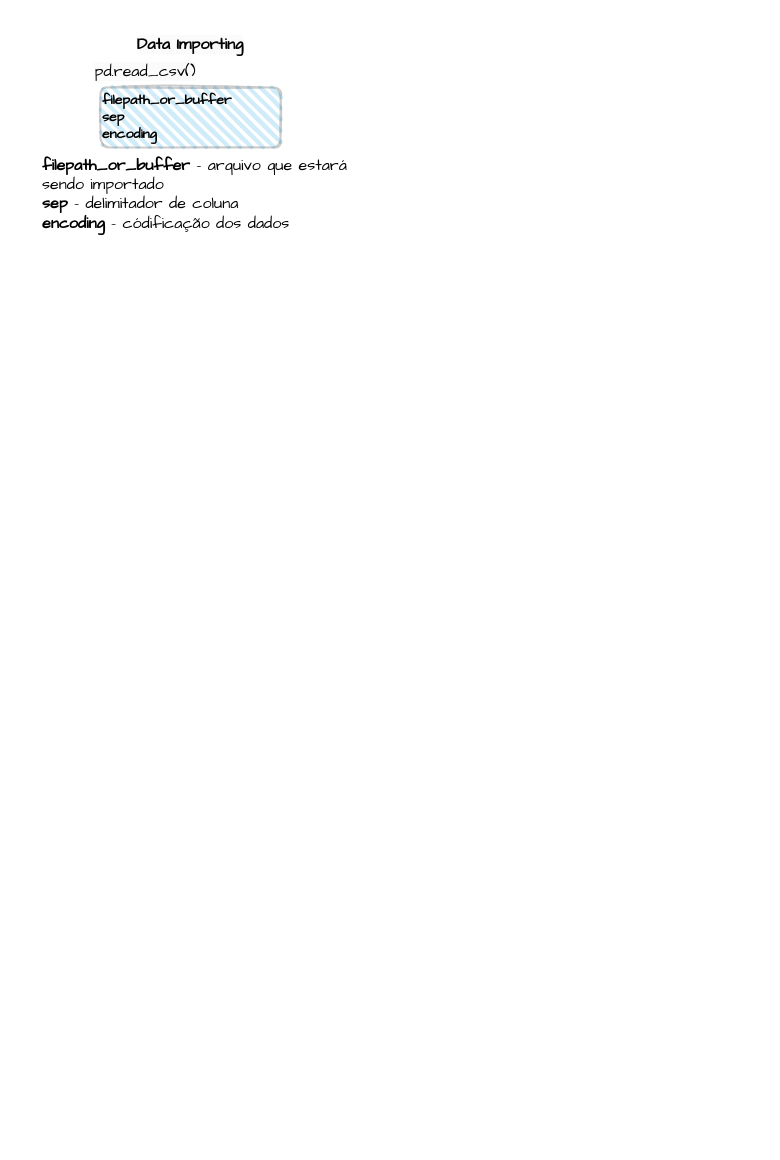
Earlier version of the draw.io diagram ProjetoPythonKB/Diagrama sem nome.drawio (dbaassists/Python). Source tidied: cells renumbered, new cells numbered last; positions are measured from the earlier drawing's top-left corner, leaving out a move shared by most shapes. Both pictures are drawn from the tidied source at 100%, with x=0, y=0 at pixel (20, 17).
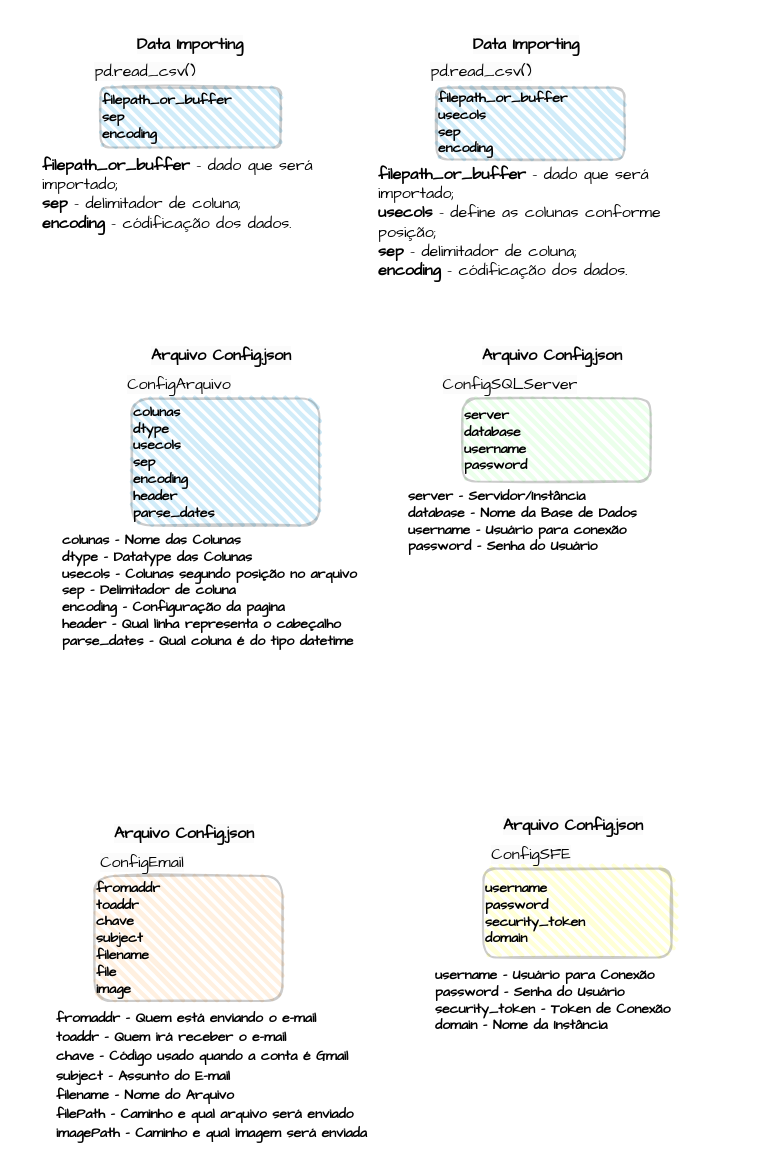
The same page after the edit.

Diff of the diagram source:
```diff
@@
-    <mxCell id="5" value="&lt;b&gt;filepath_or_buffer &lt;/b&gt;- arquivo que estará sendo importado&lt;br&gt;&lt;b&gt;sep &lt;/b&gt;- delimitador de coluna&lt;br&gt;&lt;b&gt;encoding &lt;/b&gt;- códificação dos dados" style="text;whiteSpace=wrap;html=1;fontSize=16;fontFamily=Comic Sans MS;" parent="1" vertex="1">
+    <mxCell id="5" value="&lt;b&gt;filepath_or_buffer &lt;/b&gt;- dado que será importado;&lt;br&gt;&lt;b&gt;sep &lt;/b&gt;- delimitador de coluna;&lt;br&gt;&lt;b&gt;encoding &lt;/b&gt;- códificação dos dados." style="text;whiteSpace=wrap;html=1;fontSize=16;fontFamily=Comic Sans MS;" parent="1" vertex="1">
       <mxGeometry x="20" y="132" width="330" height="60" as="geometry" />
     </mxCell>
+    <mxCell id="6" value="filepath_or_buffer&lt;br&gt;usecols&lt;br style=&quot;font-size: 14px;&quot;&gt;sep&lt;br style=&quot;font-size: 14px;&quot;&gt;encoding" style="rounded=1;whiteSpace=wrap;html=1;strokeWidth=2;fillWeight=4;hachureGap=8;hachureAngle=45;fillColor=#1ba1e2;sketch=1;strokeColor=default;opacity=20;fontStyle=1;fontSize=14;align=left;fontFamily=Comic Sans MS;" parent="1" vertex="1">
+      <mxGeometry x="416" y="70" width="188" height="72" as="geometry" />
+    </mxCell>
+    <mxCell id="7" value="&lt;h1 style=&quot;border-color: var(--border-color); color: rgb(0, 0, 0); font-style: normal; font-variant-ligatures: normal; font-variant-caps: normal; letter-spacing: normal; orphans: 2; text-indent: 0px; text-transform: none; widows: 2; word-spacing: 0px; -webkit-text-stroke-width: 0px; background-color: rgb(251, 251, 251); text-decoration-thickness: initial; text-decoration-style: initial; text-decoration-color: initial; font-size: 16px;&quot;&gt;&lt;span style=&quot;font-weight: normal;&quot;&gt;pd.read_csv()&lt;/span&gt;&lt;br&gt;&lt;/h1&gt;" style="text;whiteSpace=wrap;html=1;fontSize=16;align=center;fontFamily=Comic Sans MS;" parent="1" vertex="1">
+      <mxGeometry x="336" y="27" width="250" height="20" as="geometry" />
+    </mxCell>
+    <mxCell id="8" value="&lt;h1 style=&quot;border-color: var(--border-color); color: rgb(0, 0, 0); font-style: normal; font-variant-ligatures: normal; font-variant-caps: normal; letter-spacing: normal; orphans: 2; text-indent: 0px; text-transform: none; widows: 2; word-spacing: 0px; -webkit-text-stroke-width: 0px; background-color: rgb(251, 251, 251); text-decoration-thickness: initial; text-decoration-style: initial; text-decoration-color: initial; font-size: 16px;&quot;&gt;Data Importing&lt;/h1&gt;" style="text;whiteSpace=wrap;html=1;fontSize=16;align=center;fontFamily=Comic Sans MS;" parent="1" vertex="1">
+      <mxGeometry x="381" width="250" height="20" as="geometry" />
+    </mxCell>
+    <mxCell id="9" value="&lt;b&gt;filepath_or_buffer &lt;/b&gt;- dado que será importado;&lt;br&gt;&lt;b&gt;usecols &lt;/b&gt;- define as colunas conforme posição;&lt;br&gt;&lt;b&gt;sep &lt;/b&gt;- delimitador de coluna;&lt;br&gt;&lt;b&gt;encoding &lt;/b&gt;- códificação dos dados." style="text;whiteSpace=wrap;html=1;fontSize=16;fontFamily=Comic Sans MS;" parent="1" vertex="1">
+      <mxGeometry x="356" y="141" width="330" height="60" as="geometry" />
+    </mxCell>
+    <mxCell id="10" value="colunas&lt;br&gt;dtype&lt;br style=&quot;font-size: 14px;&quot;&gt;usecols&lt;br style=&quot;font-size: 14px;&quot;&gt;sep&lt;br&gt;encoding&lt;br&gt;header&lt;br&gt;parse_dates" style="rounded=1;whiteSpace=wrap;html=1;strokeWidth=2;fillWeight=4;hachureGap=8;hachureAngle=45;fillColor=#1ba1e2;sketch=1;strokeColor=default;opacity=20;fontStyle=1;fontSize=14;align=left;fontFamily=Comic Sans MS;" parent="1" vertex="1">
+      <mxGeometry x="111" y="381" width="188" height="127" as="geometry" />
+    </mxCell>
+    <mxCell id="11" value="&lt;h1 style=&quot;border-color: var(--border-color); color: rgb(0, 0, 0); font-style: normal; font-variant-ligatures: normal; font-variant-caps: normal; letter-spacing: normal; orphans: 2; text-indent: 0px; text-transform: none; widows: 2; word-spacing: 0px; -webkit-text-stroke-width: 0px; background-color: rgb(251, 251, 251); text-decoration-thickness: initial; text-decoration-style: initial; text-decoration-color: initial; font-size: 16px;&quot;&gt;Arquivo Config.json&lt;/h1&gt;" style="text;whiteSpace=wrap;html=1;fontSize=16;align=center;fontFamily=Comic Sans MS;" parent="1" vertex="1">
+      <mxGeometry x="76" y="311" width="250" height="20" as="geometry" />
+    </mxCell>
+    <mxCell id="12" value="&lt;span style=&quot;font-size: 14px;&quot;&gt;colunas - Nome das Colunas&lt;br style=&quot;border-color: var(--border-color); font-size: 14px;&quot;&gt;&lt;span style=&quot;font-size: 14px;&quot;&gt;dtype - Datatype das Colunas&lt;/span&gt;&lt;br style=&quot;border-color: var(--border-color); font-size: 14px;&quot;&gt;&lt;span style=&quot;font-size: 14px;&quot;&gt;usecols - Colunas segundo posição no arquivo&lt;/span&gt;&lt;br style=&quot;border-color: var(--border-color); font-size: 14px;&quot;&gt;&lt;span style=&quot;font-size: 14px;&quot;&gt;sep - Delimitador de coluna&lt;/span&gt;&lt;br style=&quot;border-color: var(--border-color); font-size: 14px;&quot;&gt;&lt;span style=&quot;font-size: 14px;&quot;&gt;encoding - Configuração da pagina&lt;/span&gt;&lt;br style=&quot;border-color: var(--border-color); font-size: 14px;&quot;&gt;&lt;span style=&quot;font-size: 14px;&quot;&gt;header - Qual linha representa o cabeçalho&lt;/span&gt;&lt;br style=&quot;border-color: var(--border-color); font-size: 14px;&quot;&gt;&lt;span style=&quot;font-size: 14px;&quot;&gt;parse_dates - Qual coluna é do tipo datetime&lt;/span&gt;&lt;/span&gt;" style="text;whiteSpace=wrap;html=1;fontSize=14;fontFamily=Comic Sans MS;fontStyle=1;" parent="1" vertex="1">
+      <mxGeometry x="40" y="508" width="330" height="60" as="geometry" />
+    </mxCell>
+    <mxCell id="13" value="&lt;h1 style=&quot;border-color: var(--border-color); orphans: 2; text-indent: 0px; widows: 2; background-color: rgb(251, 251, 251); text-decoration-thickness: initial; text-decoration-style: initial; text-decoration-color: initial; -webkit-text-stroke-width: 0px; word-spacing: 0px; text-transform: none; letter-spacing: normal; font-variant-caps: normal; font-variant-ligatures: normal; font-style: normal; font-size: 16px; color: rgb(0, 0, 0);&quot;&gt;&lt;span style=&quot;font-weight: normal;&quot;&gt;ConfigArquivo&lt;/span&gt;&lt;br&gt;&lt;/h1&gt;" style="text;whiteSpace=wrap;html=1;fontSize=16;align=center;fontFamily=Comic Sans MS;" parent="1" vertex="1">
+      <mxGeometry x="34" y="340" width="250" height="20" as="geometry" />
+    </mxCell>
+    <mxCell id="14" value="server&lt;br&gt;database&lt;br&gt;username&lt;br&gt;password" style="rounded=1;whiteSpace=wrap;html=1;strokeWidth=2;fillWeight=4;hachureGap=8;hachureAngle=45;fillColor=#99FF99;sketch=1;strokeColor=default;opacity=20;fontStyle=1;fontSize=14;align=left;fontFamily=Comic Sans MS;" parent="1" vertex="1">
+      <mxGeometry x="442" y="381" width="188" height="83" as="geometry" />
+    </mxCell>
+    <mxCell id="15" value="&lt;h1 style=&quot;border-color: var(--border-color); color: rgb(0, 0, 0); font-style: normal; font-variant-ligatures: normal; font-variant-caps: normal; letter-spacing: normal; orphans: 2; text-indent: 0px; text-transform: none; widows: 2; word-spacing: 0px; -webkit-text-stroke-width: 0px; background-color: rgb(251, 251, 251); text-decoration-thickness: initial; text-decoration-style: initial; text-decoration-color: initial; font-size: 16px;&quot;&gt;Arquivo Config.json&lt;/h1&gt;" style="text;whiteSpace=wrap;html=1;fontSize=16;align=center;fontFamily=Comic Sans MS;" parent="1" vertex="1">
+      <mxGeometry x="407" y="311" width="250" height="20" as="geometry" />
+    </mxCell>
+    <mxCell id="16" value="server - Servidor/Instância&lt;br style=&quot;border-color: var(--border-color); font-size: 14px;&quot;&gt;&lt;span style=&quot;font-size: 14px;&quot;&gt;database - Nome da Base de Dados&lt;/span&gt;&lt;br style=&quot;border-color: var(--border-color); font-size: 14px;&quot;&gt;&lt;span style=&quot;font-size: 14px;&quot;&gt;username - Usuário para conexão&lt;/span&gt;&lt;br style=&quot;border-color: var(--border-color); font-size: 14px;&quot;&gt;&lt;span style=&quot;font-size: 14px;&quot;&gt;password - Senha do Usuário&lt;/span&gt;" style="text;whiteSpace=wrap;html=1;fontSize=14;fontFamily=Comic Sans MS;fontStyle=1;" parent="1" vertex="1">
+      <mxGeometry x="386" y="464" width="330" height="60" as="geometry" />
+    </mxCell>
+    <mxCell id="17" value="&lt;h1 style=&quot;border-color: var(--border-color); orphans: 2; text-indent: 0px; widows: 2; background-color: rgb(251, 251, 251); text-decoration-thickness: initial; text-decoration-style: initial; text-decoration-color: initial; -webkit-text-stroke-width: 0px; word-spacing: 0px; text-transform: none; letter-spacing: normal; font-variant-caps: normal; font-variant-ligatures: normal; font-style: normal; font-size: 16px; color: rgb(0, 0, 0);&quot;&gt;&lt;span style=&quot;font-weight: normal;&quot;&gt;ConfigSQLServer&lt;/span&gt;&lt;br&gt;&lt;/h1&gt;" style="text;whiteSpace=wrap;html=1;fontSize=16;align=center;fontFamily=Comic Sans MS;" parent="1" vertex="1">
+      <mxGeometry x="365" y="340" width="250" height="20" as="geometry" />
+    </mxCell>
+    <mxCell id="18" value="fromaddr&lt;br&gt;toaddr&lt;br&gt;chave&lt;br&gt;subject&lt;br&gt;filename&lt;br&gt;file&lt;br&gt;image" style="rounded=1;whiteSpace=wrap;html=1;strokeWidth=2;fillWeight=4;hachureGap=8;hachureAngle=45;fillColor=#FFB366;sketch=1;strokeColor=default;opacity=20;fontStyle=1;fontSize=14;align=left;fontFamily=Comic Sans MS;" parent="1" vertex="1">
+      <mxGeometry x="74" y="858.5" width="188" height="125" as="geometry" />
+    </mxCell>
+    <mxCell id="19" value="&lt;h1 style=&quot;border-color: var(--border-color); color: rgb(0, 0, 0); font-style: normal; font-variant-ligatures: normal; font-variant-caps: normal; letter-spacing: normal; orphans: 2; text-indent: 0px; text-transform: none; widows: 2; word-spacing: 0px; -webkit-text-stroke-width: 0px; background-color: rgb(251, 251, 251); text-decoration-thickness: initial; text-decoration-style: initial; text-decoration-color: initial; font-size: 16px;&quot;&gt;Arquivo Config.json&lt;/h1&gt;" style="text;whiteSpace=wrap;html=1;fontSize=16;align=center;fontFamily=Comic Sans MS;" parent="1" vertex="1">
+      <mxGeometry x="39" y="788.5" width="250" height="20" as="geometry" />
+    </mxCell>
+    <mxCell id="20" value="&lt;font style=&quot;font-size: 14px;&quot;&gt;&lt;b&gt;fromaddr - Quem está enviando o e-mail&lt;br style=&quot;border-color: var(--border-color);&quot;&gt;toaddr - Quem irá receber o e-mail&lt;br style=&quot;border-color: var(--border-color);&quot;&gt;chave - Código usado quando a conta é Gmail&lt;br style=&quot;border-color: var(--border-color);&quot;&gt;subject - Assunto do E-mail&lt;br style=&quot;border-color: var(--border-color);&quot;&gt;filename - Nome do Arquivo&amp;nbsp;&lt;br style=&quot;border-color: var(--border-color);&quot;&gt;filePath - Caminho e qual arquivo será enviado&lt;br style=&quot;border-color: var(--border-color);&quot;&gt;imagePath - Caminho e qual imagem será enviada&lt;/b&gt;&lt;/font&gt;" style="text;whiteSpace=wrap;html=1;fontSize=16;fontFamily=Comic Sans MS;" parent="1" vertex="1">
+      <mxGeometry x="34" y="983.5" width="330" height="60" as="geometry" />
+    </mxCell>
+    <mxCell id="21" value="&lt;h1 style=&quot;border-color: var(--border-color); orphans: 2; text-indent: 0px; widows: 2; background-color: rgb(251, 251, 251); text-decoration-thickness: initial; text-decoration-style: initial; text-decoration-color: initial; -webkit-text-stroke-width: 0px; word-spacing: 0px; text-transform: none; letter-spacing: normal; font-variant-caps: normal; font-variant-ligatures: normal; font-style: normal; font-size: 16px; color: rgb(0, 0, 0);&quot;&gt;&lt;span style=&quot;font-weight: normal;&quot;&gt;ConfigEmail&lt;/span&gt;&lt;br&gt;&lt;/h1&gt;" style="text;whiteSpace=wrap;html=1;fontSize=16;align=center;fontFamily=Comic Sans MS;" parent="1" vertex="1">
+      <mxGeometry x="-3" y="817.5" width="250" height="20" as="geometry" />
+    </mxCell>
+    <mxCell id="22" value="username&lt;br&gt;password&lt;br&gt;security_token&lt;br&gt;domain" style="rounded=1;whiteSpace=wrap;html=1;strokeWidth=2;fillWeight=4;hachureGap=8;hachureAngle=45;fillColor=#FFFF33;sketch=1;strokeColor=default;opacity=20;fontStyle=1;fontSize=14;align=left;fontFamily=Comic Sans MS;" parent="1" vertex="1">
+      <mxGeometry x="463" y="851" width="188" height="89" as="geometry" />
+    </mxCell>
+    <mxCell id="23" value="&lt;h1 style=&quot;border-color: var(--border-color); color: rgb(0, 0, 0); font-style: normal; font-variant-ligatures: normal; font-variant-caps: normal; letter-spacing: normal; orphans: 2; text-indent: 0px; text-transform: none; widows: 2; word-spacing: 0px; -webkit-text-stroke-width: 0px; background-color: rgb(251, 251, 251); text-decoration-thickness: initial; text-decoration-style: initial; text-decoration-color: initial; font-size: 16px;&quot;&gt;Arquivo Config.json&lt;/h1&gt;" style="text;whiteSpace=wrap;html=1;fontSize=16;align=center;fontFamily=Comic Sans MS;" parent="1" vertex="1">
+      <mxGeometry x="428" y="781" width="250" height="20" as="geometry" />
+    </mxCell>
+    <mxCell id="24" value="username - Usuário para Conexão&lt;br style=&quot;border-color: var(--border-color); font-size: 14px;&quot;&gt;&lt;span style=&quot;font-size: 14px;&quot;&gt;password - Senha do Usuário&lt;/span&gt;&lt;br style=&quot;border-color: var(--border-color); font-size: 14px;&quot;&gt;&lt;span style=&quot;font-size: 14px;&quot;&gt;security_token - Token de Conexão&lt;/span&gt;&lt;br style=&quot;border-color: var(--border-color); font-size: 14px;&quot;&gt;&lt;span style=&quot;font-size: 14px;&quot;&gt;domain - Nome da Instância&lt;/span&gt;" style="text;whiteSpace=wrap;html=1;fontSize=14;fontFamily=Comic Sans MS;fontStyle=1;" parent="1" vertex="1">
+      <mxGeometry x="413" y="943" width="330" height="60" as="geometry" />
+    </mxCell>
+    <mxCell id="25" value="&lt;h1 style=&quot;border-color: var(--border-color); orphans: 2; text-indent: 0px; widows: 2; background-color: rgb(251, 251, 251); text-decoration-thickness: initial; text-decoration-style: initial; text-decoration-color: initial; -webkit-text-stroke-width: 0px; word-spacing: 0px; text-transform: none; letter-spacing: normal; font-variant-caps: normal; font-variant-ligatures: normal; font-style: normal; font-size: 16px; color: rgb(0, 0, 0);&quot;&gt;&lt;span style=&quot;font-weight: normal;&quot;&gt;ConfigSFE&lt;/span&gt;&lt;br&gt;&lt;/h1&gt;" style="text;whiteSpace=wrap;html=1;fontSize=16;align=center;fontFamily=Comic Sans MS;" parent="1" vertex="1">
+      <mxGeometry x="386" y="810" width="250" height="20" as="geometry" />
+    </mxCell>
```
